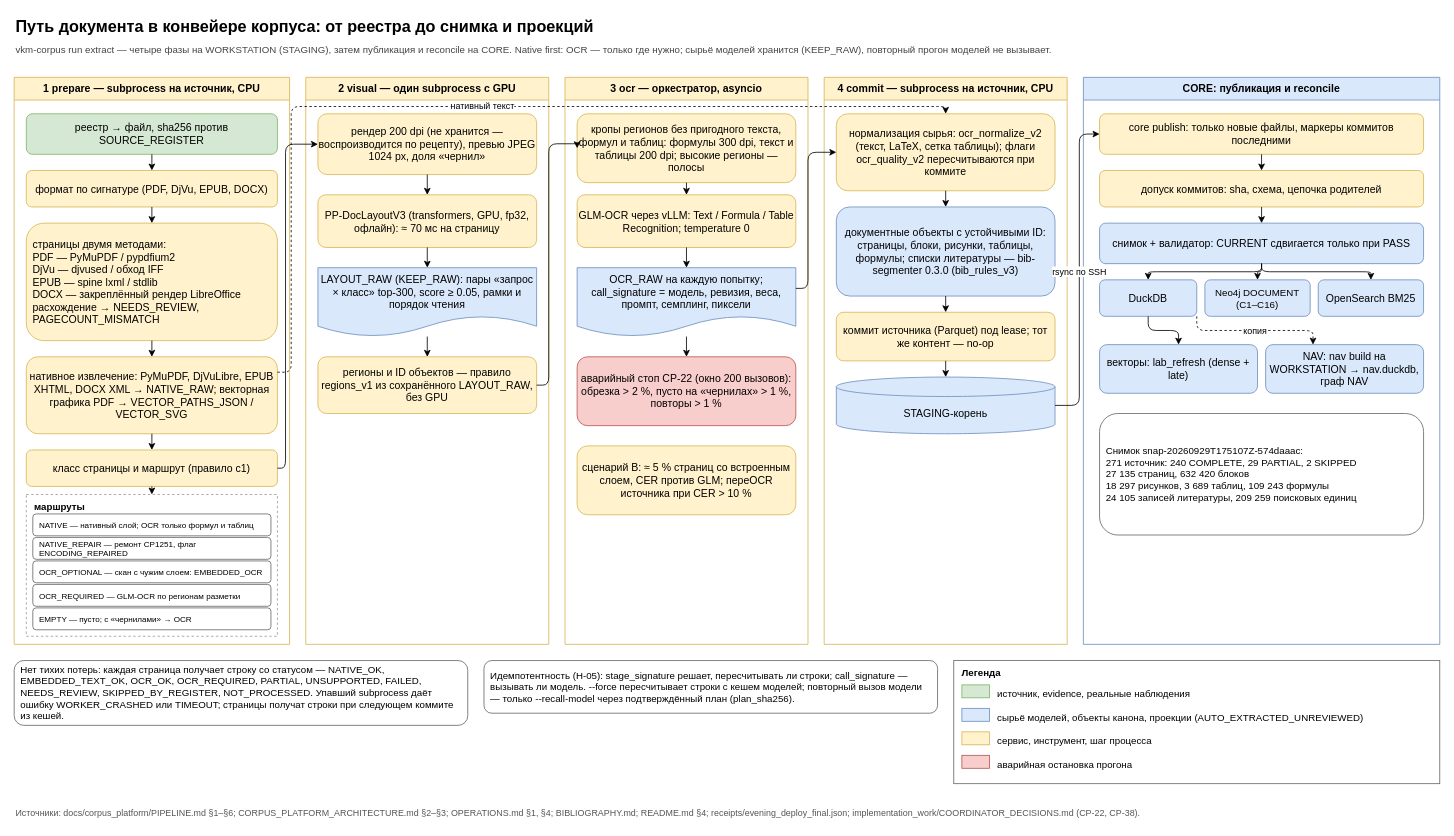
Above: docs/diagrams/document_pipeline.drawio in SUKUNA-AI/vkm-subsidence-forecasting (draw.io), before the change. Source tidied: cells renumbered, new cells numbered last; positions are measured from the earlier drawing's top-left corner, leaving out a move shared by most shapes. Both pictures are drawn from the tidied source at 81%, with x=0, y=0 at pixel (14, 14).
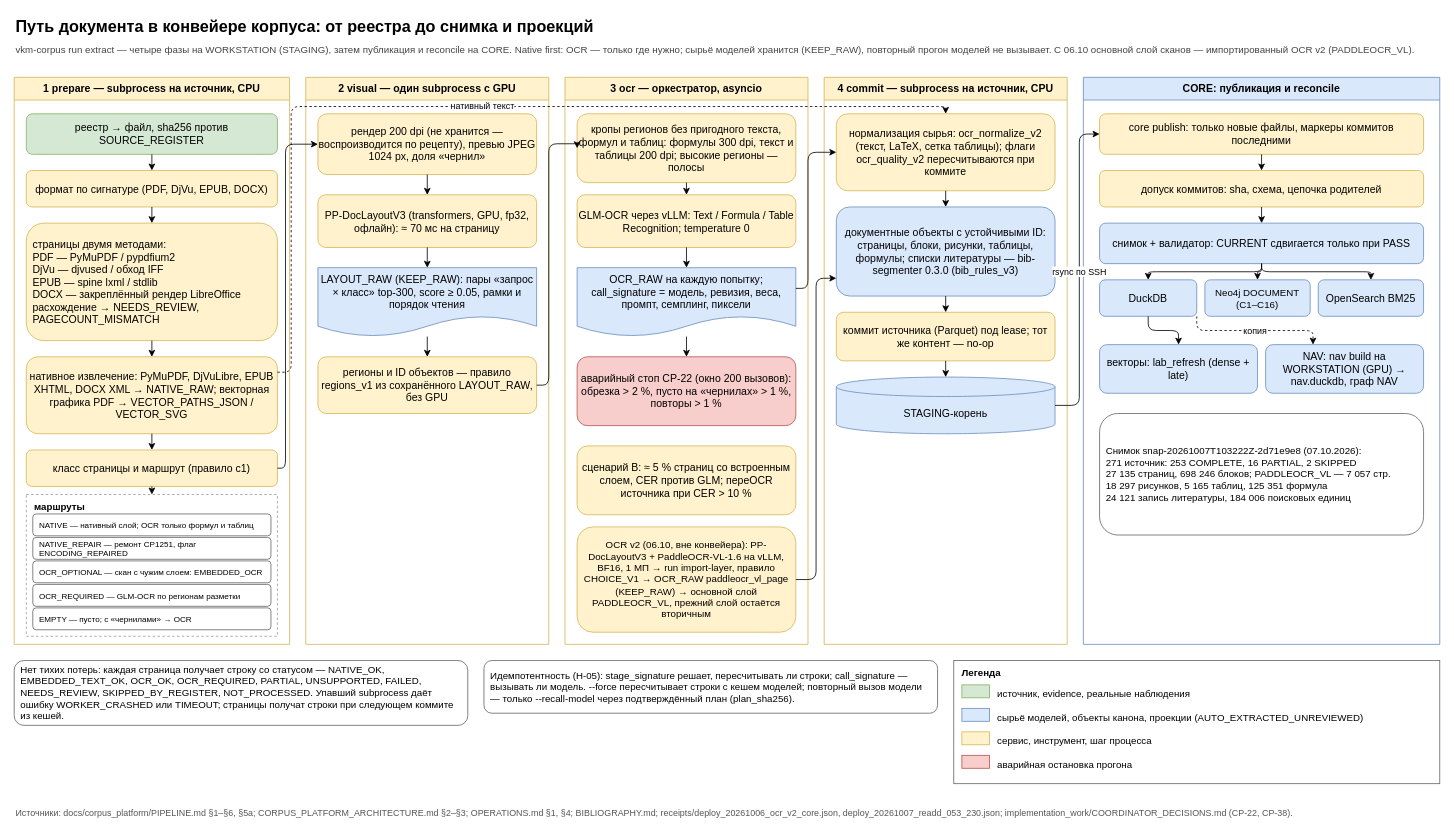
Above is the later version.

Unchanged cells that the change refers to:
```xml
<mxCell id="6" value="3 ocr — оркестратор, asyncio" style="swimlane;fillColor=#fff2cc;fontSize=13;fontStyle=1;html=1;rounded=0;startSize=28;strokeColor=#d6b656;swimlaneFillColor=#ffffff;whiteSpace=wrap;" parent="1" vertex="1">
  <mxGeometry x="680" y="78" width="300" height="700" as="geometry" />
</mxCell>
<mxCell id="8" value="CORE: публикация и reconcile" style="swimlane;fillColor=#dae8fc;fontSize=13;fontStyle=1;html=1;rounded=0;startSize=28;strokeColor=#6c8ebf;swimlaneFillColor=#ffffff;whiteSpace=wrap;" parent="1" vertex="1">
  <mxGeometry x="1320" y="78" width="440" height="700" as="geometry" />
</mxCell>
<mxCell id="30" value="документные объекты с устойчивыми ID: страницы, блоки, рисунки, таблицы, формулы; списки литературы — bib-segmenter 0.3.0 (bib_rules_v3)" style="fillColor=#dae8fc;fontSize=13;html=1;rounded=1;strokeColor=#6c8ebf;whiteSpace=wrap;" parent="7" vertex="1">
  <mxGeometry x="15" y="160" width="270" height="110" as="geometry" />
</mxCell>
```

What changed in the source:
```diff
@@
-    <mxCell id="3" value="vkm-corpus run extract — четыре фазы на WORKSTATION (STAGING), затем публикация и reconcile на CORE. Native first: OCR — только где нужно; сырьё моделей хранится (KEEP_RAW), повторный прогон моделей не вызывает." style="text;align=left;fontColor=#444444;fontSize=12;html=1;verticalAlign=middle;whiteSpace=wrap;" parent="1" vertex="1">
+    <mxCell id="3" value="vkm-corpus run extract — четыре фазы на WORKSTATION (STAGING), затем публикация и reconcile на CORE. Native first: OCR — только где нужно; сырьё моделей хранится (KEEP_RAW), повторный прогон моделей не вызывает. С 06.10 основной слой сканов — импортированный OCR v2 (PADDLEOCR_VL)." style="text;align=left;fontColor=#444444;fontSize=12;html=1;verticalAlign=middle;whiteSpace=wrap;" parent="1" vertex="1">
       <mxGeometry y="32" width="1760" height="25" as="geometry" />
     </mxCell>
@@
+    <mxCell id="80" value="OCR v2 (06.10, вне конвейера): PP-DocLayoutV3 + PaddleOCR-VL-1.6 на vLLM, BF16, 1 МП → run import-layer, правило CHOICE_V1 → OCR_RAW paddleocr_vl_page (KEEP_RAW) → основной слой PADDLEOCR_VL, прежний слой остаётся вторичным" style="fillColor=#fff2cc;fontSize=12;html=1;rounded=1;strokeColor=#d6b656;whiteSpace=wrap;" parent="6" vertex="1">
+      <mxGeometry x="15" y="555" width="270" height="130" as="geometry" />
+    </mxCell>
@@
-    <mxCell id="40" value="NAV: nav build на WORKSTATION → nav.duckdb, граф NAV" style="fillColor=#dae8fc;fontSize=13;html=1;rounded=1;strokeColor=#6c8ebf;whiteSpace=wrap;" parent="8" vertex="1">
+    <mxCell id="40" value="NAV: nav build на WORKSTATION (GPU) → nav.duckdb, граф NAV" style="fillColor=#dae8fc;fontSize=13;html=1;rounded=1;strokeColor=#6c8ebf;whiteSpace=wrap;" parent="8" vertex="1">
       <mxGeometry x="225" y="330" width="195" height="60" as="geometry" />
     </mxCell>
-    <mxCell id="41" value="Снимок snap-20260929T175107Z-574daaac:&lt;br&gt;271 источник: 240 COMPLETE, 29 PARTIAL, 2 SKIPPED&lt;br&gt;27 135 страниц, 632 420 блоков&lt;br&gt;18 297 рисунков, 3 689 таблиц, 109 243 формулы&lt;br&gt;24 105 записей литературы, 209 259 поисковых единиц" style="align=left;fillColor=#ffffff;fontSize=12;html=1;rounded=1;spacingLeft=6;spacingRight=4;strokeColor=#666666;whiteSpace=wrap;" parent="8" vertex="1">
+    <mxCell id="41" value="Снимок snap-20261007T103222Z-2d71e9e8 (07.10.2026):&lt;br&gt;271 источник: 253 COMPLETE, 16 PARTIAL, 2 SKIPPED&lt;br&gt;27 135 страниц, 698 246 блоков; PADDLEOCR_VL — 7 057 стр.&lt;br&gt;18 297 рисунков, 5 165 таблиц, 125 351 формула&lt;br&gt;24 121 запись литературы, 184 006 поисковых единиц" style="align=left;fillColor=#ffffff;fontSize=12;html=1;rounded=1;spacingLeft=6;spacingRight=4;strokeColor=#666666;whiteSpace=wrap;" parent="8" vertex="1">
       <mxGeometry x="20" y="415" width="400" height="150" as="geometry" />
     </mxCell>
@@
-    <mxCell id="53" value="Источники: docs/corpus_platform/PIPELINE.md §1–§6; CORPUS_PLATFORM_ARCHITECTURE.md §2–§3; OPERATIONS.md §1, §4; BIBLIOGRAPHY.md; README.md §4; receipts/evening_deploy_final.json; implementation_work/COORDINATOR_DECISIONS.md (CP-22, CP-38)." style="text;align=left;fontColor=#555555;fontSize=11;html=1;verticalAlign=middle;whiteSpace=wrap;" parent="1" vertex="1">
+    <mxCell id="53" value="Источники: docs/corpus_platform/PIPELINE.md §1–§6, §5а; CORPUS_PLATFORM_ARCHITECTURE.md §2–§3; OPERATIONS.md §1, §4; BIBLIOGRAPHY.md; receipts/deploy_20261006_ocr_v2_core.json, deploy_20261007_readd_053_230.json; implementation_work/COORDINATOR_DECISIONS.md (CP-22, CP-38)." style="text;align=left;fontColor=#555555;fontSize=11;html=1;verticalAlign=middle;whiteSpace=wrap;" parent="1" vertex="1">
       <mxGeometry y="973" width="1760" height="25" as="geometry" />
     </mxCell>
@@
+    <mxCell id="81" style="edgeStyle=orthogonalEdgeStyle;endArrow=classic;entryDx=0;entryDy=0;entryX=0;entryY=0.8;exitDx=0;exitDy=0;exitX=1;exitY=0.5;fontSize=11;html=1;labelBackgroundColor=#ffffff;rounded=1;" parent="1" edge="1" source="80" target="30">
+      <mxGeometry relative="1" as="geometry">
+        <Array as="points">
+          <mxPoint x="990" y="698" />
+          <mxPoint x="990" y="326" />
+        </Array>
+      </mxGeometry>
+    </mxCell>
```
